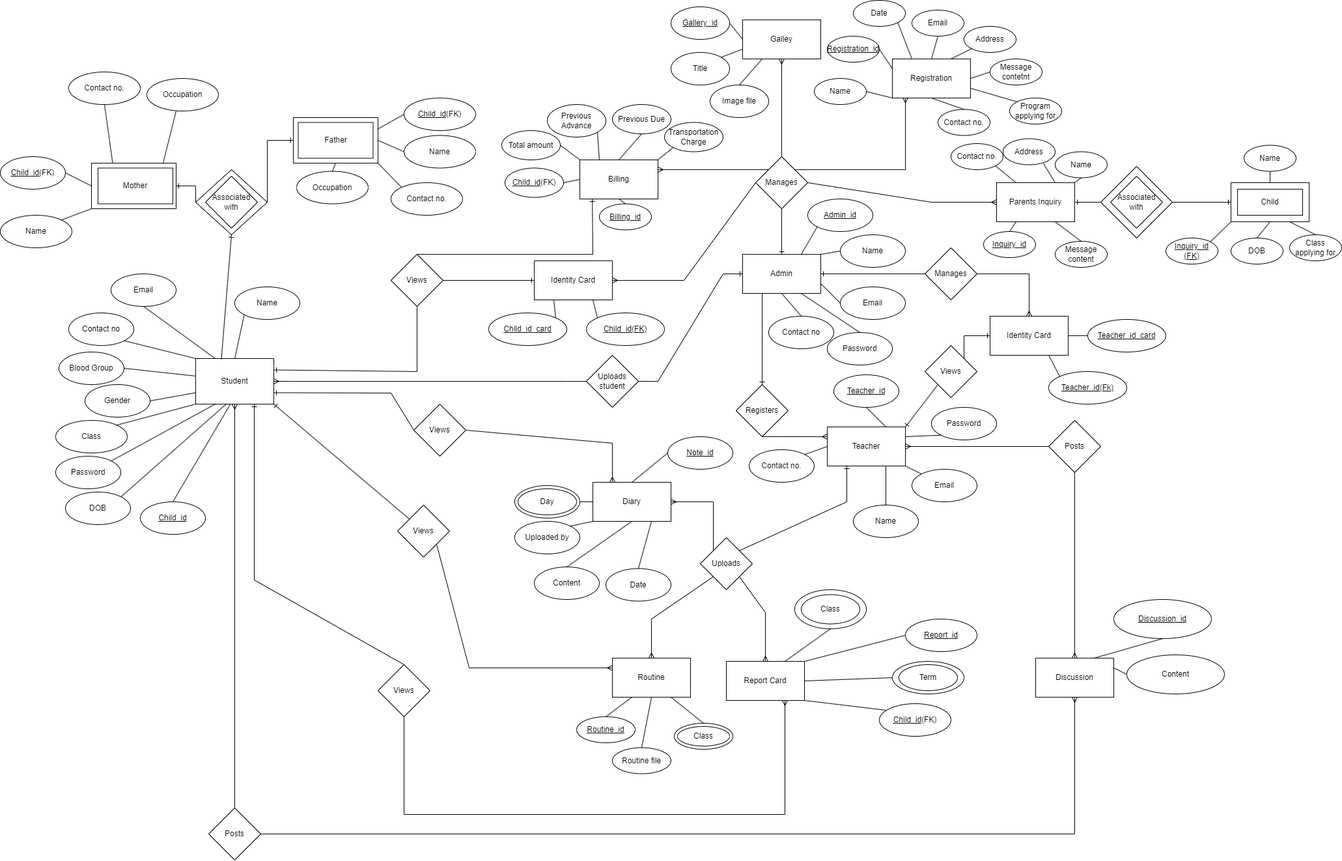
The draw.io diagram CHMD.drawio.png in dikshyarai10/CHMD-, before a commit. Source tidied: cells renumbered, new cells last; positions are measured from the earlier drawing's top-left corner, leaving out a move shared by most shapes.
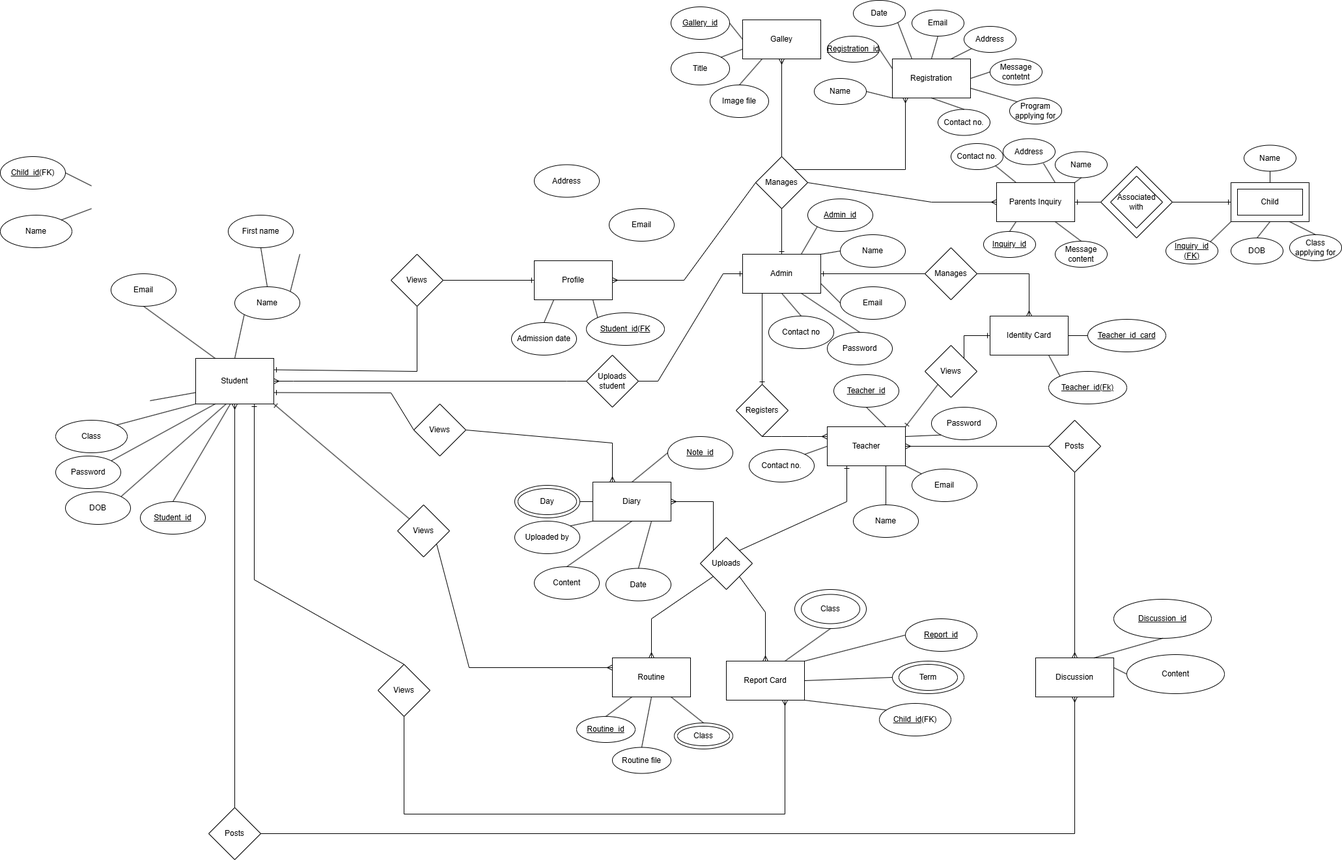
After the change.

What changed in the source:
```diff
@@ -188,23 +188,16 @@
     <mxCell id="63" value="Name" style="ellipse;whiteSpace=wrap;html=1;" parent="1" vertex="1">
       <mxGeometry x="360" y="440" width="100" height="50" as="geometry" />
     </mxCell>
-    <mxCell id="64" value="Contact no" style="ellipse;whiteSpace=wrap;html=1;" parent="1" vertex="1">
-      <mxGeometry x="105" y="480" width="100" height="50" as="geometry" />
-    </mxCell>
-    <mxCell id="65" value="Blood Group" style="ellipse;whiteSpace=wrap;html=1;" parent="1" vertex="1">
-      <mxGeometry x="90" y="540" width="100" height="50" as="geometry" />
-    </mxCell>
-    <mxCell id="66" value="&lt;u&gt;Child_id&lt;/u&gt;" style="ellipse;whiteSpace=wrap;html=1;" parent="1" vertex="1">
+    <mxCell id="66" value="&lt;u&gt;Student_id&lt;/u&gt;" style="ellipse;whiteSpace=wrap;html=1;" parent="1" vertex="1">
       <mxGeometry x="215" y="770" width="100" height="50" as="geometry" />
     </mxCell>
     <mxCell id="67" value="DOB" style="ellipse;whiteSpace=wrap;html=1;" parent="1" vertex="1">
       <mxGeometry x="100" y="755" width="100" height="50" as="geometry" />
     </mxCell>
-    <mxCell id="68" value="Gender" style="ellipse;whiteSpace=wrap;html=1;" parent="1" vertex="1">
-      <mxGeometry x="130" y="590" width="100" height="50" as="geometry" />
-    </mxCell>
-    <mxCell id="69" style="endArrow=none;html=1;rounded=0;exitX=0;exitY=0.75;exitDx=0;exitDy=0;entryX=1;entryY=0.5;entryDx=0;entryDy=0;" parent="1" edge="1" source="60" target="68">
-      <mxGeometry relative="1" as="geometry" />
+    <mxCell id="69" style="endArrow=none;html=1;rounded=0;exitX=0;exitY=0.75;exitDx=0;exitDy=0;entryX=1;entryY=0.5;entryDx=0;entryDy=0;" parent="1" edge="1" source="60">
+      <mxGeometry relative="1" as="geometry">
+        <mxPoint x="230" y="615" as="targetPoint" />
+      </mxGeometry>
     </mxCell>
     <mxCell id="70" style="endArrow=none;html=1;rounded=0;exitX=0.443;exitY=1.003;exitDx=0;exitDy=0;entryX=0.5;entryY=0;entryDx=0;entryDy=0;exitPerimeter=0;" parent="1" edge="1" source="60" target="66">
       <mxGeometry relative="1" as="geometry" />
@@ -221,86 +214,22 @@
     <mxCell id="74" style="endArrow=none;html=1;rounded=0;exitX=0.25;exitY=1;exitDx=0;exitDy=0;entryX=1;entryY=0;entryDx=0;entryDy=0;" parent="1" edge="1" source="60" target="62">
       <mxGeometry relative="1" as="geometry" />
     </mxCell>
-    <mxCell id="75" style="endArrow=none;html=1;rounded=0;exitX=0;exitY=0;exitDx=0;exitDy=0;entryX=1;entryY=1;entryDx=0;entryDy=0;" parent="1" edge="1" source="60" target="64">
-      <mxGeometry relative="1" as="geometry" />
-    </mxCell>
-    <mxCell id="76" style="endArrow=none;html=1;rounded=0;exitX=-0.008;exitY=0.383;exitDx=0;exitDy=0;entryX=1;entryY=0.5;entryDx=0;entryDy=0;exitPerimeter=0;" parent="1" edge="1" source="60" target="65">
-      <mxGeometry relative="1" as="geometry" />
-    </mxCell>
-    <mxCell id="77" style="rounded=0;whiteSpace=wrap;html=1;" parent="1" vertex="1">
-      <mxGeometry x="140" y="250" width="130" height="70" as="geometry" />
-    </mxCell>
-    <mxCell id="78" style="rounded=0;whiteSpace=wrap;html=1;" parent="1" vertex="1">
-      <mxGeometry x="450" y="180" width="130" height="70" as="geometry" />
-    </mxCell>
-    <mxCell id="79" value="Mother" style="rounded=0;whiteSpace=wrap;html=1;" parent="1" vertex="1">
-      <mxGeometry x="150" y="257.5" width="115" height="55" as="geometry" />
-    </mxCell>
-    <mxCell id="80" value="Father" style="rounded=0;whiteSpace=wrap;html=1;" parent="1" vertex="1">
-      <mxGeometry x="457.5" y="187.5" width="115" height="55" as="geometry" />
-    </mxCell>
     <mxCell id="81" value="&lt;u&gt;Child_id(&lt;/u&gt;FK)" style="ellipse;whiteSpace=wrap;html=1;" parent="1" vertex="1">
       <mxGeometry y="240" width="100" height="50" as="geometry" />
     </mxCell>
     <mxCell id="82" value="Name" style="ellipse;whiteSpace=wrap;html=1;" parent="1" vertex="1">
       <mxGeometry y="330" width="110" height="50" as="geometry" />
     </mxCell>
-    <mxCell id="83" value="Contact no." style="ellipse;whiteSpace=wrap;html=1;" parent="1" vertex="1">
-      <mxGeometry x="105" y="110" width="110" height="50" as="geometry" />
-    </mxCell>
-    <mxCell id="84" value="Occupation" style="ellipse;whiteSpace=wrap;html=1;" parent="1" vertex="1">
-      <mxGeometry x="225" y="120" width="110" height="50" as="geometry" />
-    </mxCell>
-    <mxCell id="85" value="&lt;u&gt;Child_id&lt;/u&gt;(FK)" style="ellipse;whiteSpace=wrap;html=1;" parent="1" vertex="1">
-      <mxGeometry x="620" y="150" width="110" height="50" as="geometry" />
-    </mxCell>
-    <mxCell id="86" value="Name" style="ellipse;whiteSpace=wrap;html=1;" parent="1" vertex="1">
-      <mxGeometry x="620" y="207.5" width="110" height="50" as="geometry" />
-    </mxCell>
-    <mxCell id="87" value="Occupation" style="ellipse;whiteSpace=wrap;html=1;" parent="1" vertex="1">
-      <mxGeometry x="455" y="262.5" width="110" height="50" as="geometry" />
-    </mxCell>
-    <mxCell id="88" style="endArrow=none;html=1;rounded=0;exitX=1;exitY=0.5;exitDx=0;exitDy=0;entryX=0;entryY=0.5;entryDx=0;entryDy=0;startArrow=ERone;startFill=0;" parent="1" edge="1" source="77" target="101">
-      <mxGeometry relative="1" as="geometry">
-        <Array as="points">
-          <mxPoint x="300" y="285" />
-        </Array>
-      </mxGeometry>
-    </mxCell>
-    <mxCell id="89" style="endArrow=none;html=1;rounded=0;entryX=1;entryY=0.5;entryDx=0;entryDy=0;startArrow=ERone;startFill=0;exitX=0;exitY=0.5;exitDx=0;exitDy=0;" parent="1" edge="1" source="78" target="101">
-      <mxGeometry relative="1" as="geometry">
-        <Array as="points">
-          <mxPoint x="410" y="215" />
-        </Array>
-      </mxGeometry>
-    </mxCell>
-    <mxCell id="90" style="endArrow=none;html=1;rounded=0;exitX=1;exitY=0.5;exitDx=0;exitDy=0;entryX=0;entryY=0.5;entryDx=0;entryDy=0;" parent="1" edge="1" source="81" target="77">
-      <mxGeometry relative="1" as="geometry" />
+    <mxCell id="90" style="endArrow=none;html=1;rounded=0;exitX=1;exitY=0.5;exitDx=0;exitDy=0;entryX=0;entryY=0.5;entryDx=0;entryDy=0;" parent="1" edge="1" source="81">
+      <mxGeometry relative="1" as="geometry">
+        <mxPoint x="140" y="285" as="targetPoint" />
+      </mxGeometry>
     </mxCell>
-    <mxCell id="91" style="endArrow=none;html=1;rounded=0;entryX=0;entryY=1;entryDx=0;entryDy=0;exitX=1;exitY=0;exitDx=0;exitDy=0;" parent="1" edge="1" source="82" target="77">
-      <mxGeometry relative="1" as="geometry" />
+    <mxCell id="91" style="endArrow=none;html=1;rounded=0;entryX=0;entryY=1;entryDx=0;entryDy=0;exitX=1;exitY=0;exitDx=0;exitDy=0;" parent="1" edge="1" source="82">
+      <mxGeometry relative="1" as="geometry">
+        <mxPoint x="140" y="320" as="targetPoint" />
+      </mxGeometry>
     </mxCell>
-    <mxCell id="92" style="endArrow=none;html=1;rounded=0;entryX=0.5;entryY=1;entryDx=0;entryDy=0;exitX=0.25;exitY=0;exitDx=0;exitDy=0;" parent="1" edge="1" source="77" target="83">
-      <mxGeometry relative="1" as="geometry" />
-    </mxCell>
-    <mxCell id="93" style="endArrow=none;html=1;rounded=0;" parent="1" edge="1">
-      <mxGeometry relative="1" as="geometry">
-        <mxPoint x="270" y="170" as="sourcePoint" />
-        <mxPoint x="250" y="250" as="targetPoint" />
-      </mxGeometry>
-    </mxCell>
-    <mxCell id="94" style="endArrow=none;html=1;rounded=0;entryX=0;entryY=0.5;entryDx=0;entryDy=0;exitX=1;exitY=0.25;exitDx=0;exitDy=0;" parent="1" edge="1" source="78" target="85">
-      <mxGeometry relative="1" as="geometry" />
-    </mxCell>
-    <mxCell id="95" style="endArrow=none;html=1;rounded=0;entryX=0;entryY=0.5;entryDx=0;entryDy=0;exitX=1;exitY=0.5;exitDx=0;exitDy=0;" parent="1" edge="1" source="78" target="86">
-      <mxGeometry relative="1" as="geometry" />
-    </mxCell>
-    <mxCell id="96" style="endArrow=none;html=1;rounded=0;entryX=0;entryY=0;entryDx=0;entryDy=0;exitX=1;exitY=1;exitDx=0;exitDy=0;" parent="1" edge="1" source="78" target="161">
-      <mxGeometry relative="1" as="geometry" />
-    </mxCell>
-    <mxCell id="97" style="endArrow=none;html=1;rounded=0;entryX=0.5;entryY=0;entryDx=0;entryDy=0;exitX=0.5;exitY=1;exitDx=0;exitDy=0;" parent="1" edge="1" source="78" target="87">
-      <mxGeometry relative="1" as="geometry" />
-    </mxCell>
     <mxCell id="98" value="Uploads student" style="rhombus;whiteSpace=wrap;html=1;" parent="1" vertex="1">
       <mxGeometry x="900" y="545" width="80" height="80" as="geometry" />
     </mxCell>
@@ -310,14 +239,6 @@
     <mxCell id="100" value="Contact no." style="ellipse;whiteSpace=wrap;html=1;" parent="1" vertex="1">
       <mxGeometry x="1150" y="690" width="100" height="50" as="geometry" />
     </mxCell>
-    <mxCell id="101" style="rhombus;whiteSpace=wrap;html=1;" parent="1" vertex="1">
-      <mxGeometry x="300" y="260" width="110" height="100" as="geometry" />
-    </mxCell>
-    <mxCell id="102" style="endArrow=none;html=1;rounded=0;entryX=0.329;entryY=0.012;entryDx=0;entryDy=0;entryPerimeter=0;startArrow=ERone;startFill=0;" parent="1" edge="1" target="60">
-      <mxGeometry relative="1" as="geometry">
-        <mxPoint x="355" y="360" as="sourcePoint" />
-      </mxGeometry>
-    </mxCell>
     <mxCell id="103" value="Child" style="rounded=0;whiteSpace=wrap;html=1;" parent="1" vertex="1">
       <mxGeometry x="1900" y="290" width="100" height="40" as="geometry" />
     </mxCell>
@@ -522,12 +443,6 @@
         </Array>
       </mxGeometry>
     </mxCell>
-    <mxCell id="160" value="Associated with" style="rhombus;whiteSpace=wrap;html=1;" parent="1" vertex="1">
-      <mxGeometry x="315" y="270" width="80" height="80" as="geometry" />
-    </mxCell>
-    <mxCell id="161" value="Contact no." style="ellipse;whiteSpace=wrap;html=1;" parent="1" vertex="1">
-      <mxGeometry x="600" y="280" width="110" height="50" as="geometry" />
-    </mxCell>
     <mxCell id="162" value="Discussion" style="rounded=0;whiteSpace=wrap;html=1;" parent="1" vertex="1">
       <mxGeometry x="1590" y="1010" width="120" height="60" as="geometry" />
     </mxCell>
@@ -565,16 +480,13 @@
         </Array>
       </mxGeometry>
     </mxCell>
-    <mxCell id="173" value="Identity Card" style="rounded=0;whiteSpace=wrap;html=1;" parent="1" vertex="1">
+    <mxCell id="173" value="Profile" style="rounded=0;whiteSpace=wrap;html=1;" parent="1" vertex="1">
       <mxGeometry x="820" y="400" width="120" height="60" as="geometry" />
     </mxCell>
-    <mxCell id="174" value="&lt;u&gt;Child_id_card&lt;/u&gt;" style="ellipse;whiteSpace=wrap;html=1;" parent="1" vertex="1">
-      <mxGeometry x="750" y="480" width="120" height="50" as="geometry" />
-    </mxCell>
-    <mxCell id="175" value="Child_id(FK)" style="ellipse;whiteSpace=wrap;html=1;fontStyle=4;" parent="1" vertex="1">
+    <mxCell id="175" value="Student_id(FK" style="ellipse;whiteSpace=wrap;html=1;fontStyle=4;" parent="1" vertex="1">
       <mxGeometry x="900" y="480" width="120" height="50" as="geometry" />
     </mxCell>
-    <mxCell id="176" style="endArrow=none;html=1;rounded=0;entryX=0.25;entryY=1;entryDx=0;entryDy=0;exitX=1;exitY=0;exitDx=0;exitDy=0;" parent="1" edge="1" source="174" target="173">
+    <mxCell id="176" style="endArrow=none;html=1;rounded=0;entryX=0.25;entryY=1;entryDx=0;entryDy=0;exitX=0.5;exitY=0;exitDx=0;exitDy=0;" parent="1" edge="1" source="219" target="173">
       <mxGeometry relative="1" as="geometry" />
     </mxCell>
     <mxCell id="177" style="endArrow=none;html=1;rounded=0;entryX=0.75;entryY=1;entryDx=0;entryDy=0;exitX=0;exitY=0;exitDx=0;exitDy=0;" parent="1" edge="1" source="175" target="173">
@@ -600,55 +512,6 @@
         </Array>
       </mxGeometry>
     </mxCell>
-    <mxCell id="182" value="Billing" style="rounded=0;whiteSpace=wrap;html=1;" parent="1" vertex="1">
-      <mxGeometry x="890" y="245" width="120" height="60" as="geometry" />
-    </mxCell>
-    <mxCell id="183" value="Previous Advance" style="ellipse;whiteSpace=wrap;html=1;" parent="1" vertex="1">
-      <mxGeometry x="840" y="160" width="90" height="50" as="geometry" />
-    </mxCell>
-    <mxCell id="184" value="Previous Due" style="ellipse;whiteSpace=wrap;html=1;" parent="1" vertex="1">
-      <mxGeometry x="940" y="160" width="90" height="45" as="geometry" />
-    </mxCell>
-    <mxCell id="185" value="&lt;u&gt;Child_id&lt;/u&gt;(FK)" style="ellipse;whiteSpace=wrap;html=1;" parent="1" vertex="1">
-      <mxGeometry x="775" y="257.5" width="90" height="45" as="geometry" />
-    </mxCell>
-    <mxCell id="186" value="Transportation Charge" style="ellipse;whiteSpace=wrap;html=1;" parent="1" vertex="1">
-      <mxGeometry x="1020" y="187.5" width="90" height="45" as="geometry" />
-    </mxCell>
-    <mxCell id="187" value="Total amount" style="ellipse;whiteSpace=wrap;html=1;" parent="1" vertex="1">
-      <mxGeometry x="770" y="200" width="90" height="45" as="geometry" />
-    </mxCell>
-    <mxCell id="188" style="endArrow=none;html=1;rounded=0;entryX=1;entryY=0.5;entryDx=0;entryDy=0;exitX=0;exitY=0.5;exitDx=0;exitDy=0;" parent="1" edge="1" source="182" target="185">
-      <mxGeometry relative="1" as="geometry" />
-    </mxCell>
-    <mxCell id="189" style="endArrow=none;html=1;rounded=0;exitX=1;exitY=0.5;exitDx=0;exitDy=0;entryX=0;entryY=0;entryDx=0;entryDy=0;" parent="1" edge="1" source="187" target="182">
-      <mxGeometry relative="1" as="geometry" />
-    </mxCell>
-    <mxCell id="190" style="endArrow=none;html=1;rounded=0;entryX=1;entryY=1;entryDx=0;entryDy=0;exitX=0.25;exitY=0;exitDx=0;exitDy=0;" parent="1" edge="1" source="182" target="183">
-      <mxGeometry relative="1" as="geometry" />
-    </mxCell>
-    <mxCell id="191" style="endArrow=none;html=1;rounded=0;entryX=0.5;entryY=1;entryDx=0;entryDy=0;exitX=0.5;exitY=0;exitDx=0;exitDy=0;" parent="1" edge="1" source="182" target="184">
-      <mxGeometry relative="1" as="geometry" />
-    </mxCell>
-    <mxCell id="192" style="endArrow=none;html=1;rounded=0;entryX=0;entryY=1;entryDx=0;entryDy=0;exitX=1;exitY=0;exitDx=0;exitDy=0;" parent="1" edge="1" source="182" target="186">
-      <mxGeometry relative="1" as="geometry" />
-    </mxCell>
-    <mxCell id="193" value="&lt;u&gt;Billing_id&lt;/u&gt;" style="ellipse;whiteSpace=wrap;html=1;" parent="1" vertex="1">
-      <mxGeometry x="920" y="312.5" width="80" height="40" as="geometry" />
-    </mxCell>
-    <mxCell id="194" style="endArrow=none;html=1;rounded=0;entryX=0.5;entryY=1;entryDx=0;entryDy=0;exitX=0.5;exitY=0;exitDx=0;exitDy=0;" parent="1" edge="1" source="193" target="182">
-      <mxGeometry relative="1" as="geometry" />
-    </mxCell>
-    <mxCell id="195" style="endArrow=ERmany;html=1;rounded=0;exitX=0;exitY=0;exitDx=0;exitDy=0;entryX=1;entryY=0.25;entryDx=0;entryDy=0;endFill=0;" parent="1" edge="1" source="52" target="182">
-      <mxGeometry relative="1" as="geometry" />
-    </mxCell>
-    <mxCell id="196" style="endArrow=ERone;html=1;rounded=0;exitX=0.5;exitY=0;exitDx=0;exitDy=0;endFill=0;entryX=0.16;entryY=0.998;entryDx=0;entryDy=0;entryPerimeter=0;" parent="1" edge="1" source="178" target="182">
-      <mxGeometry relative="1" as="geometry">
-        <Array as="points">
-          <mxPoint x="910" y="390" />
-        </Array>
-      </mxGeometry>
-    </mxCell>
     <mxCell id="197" style="edgeStyle=entityRelationEdgeStyle;fontSize=12;html=1;endArrow=ERone;endFill=1;rounded=0;entryX=0;entryY=0.5;entryDx=0;entryDy=0;exitX=1;exitY=0.5;exitDx=0;exitDy=0;" parent="1" edge="1" source="98" target="46">
       <mxGeometry relative="1" as="geometry" />
     </mxCell>
@@ -739,5 +602,27 @@
     <mxCell id="218" style="endArrow=none;html=1;rounded=0;entryX=0;entryY=0;entryDx=0;entryDy=0;exitX=0.75;exitY=1;exitDx=0;exitDy=0;" parent="1" edge="1" source="208" target="210">
       <mxGeometry relative="1" as="geometry" />
     </mxCell>
+    <mxCell id="219" value="Admission date" style="ellipse;whiteSpace=wrap;html=1;" parent="1" vertex="1">
+      <mxGeometry x="785" y="495" width="100" height="50" as="geometry" />
+    </mxCell>
+    <mxCell id="220" value="Email" style="ellipse;whiteSpace=wrap;html=1;" parent="1" vertex="1">
+      <mxGeometry x="935" y="320" width="100" height="50" as="geometry" />
+    </mxCell>
+    <mxCell id="221" value="Address" style="ellipse;whiteSpace=wrap;html=1;" parent="1" vertex="1">
+      <mxGeometry x="820" y="252.5" width="100" height="50" as="geometry" />
+    </mxCell>
+    <mxCell id="222" style="endArrow=none;html=1;rounded=0;entryX=0.5;entryY=0;entryDx=0;entryDy=0;" parent="1" edge="1" target="63">
+      <mxGeometry relative="1" as="geometry">
+        <mxPoint x="400" y="380" as="sourcePoint" />
+      </mxGeometry>
+    </mxCell>
+    <mxCell id="223" style="endArrow=none;html=1;rounded=0;entryX=1;entryY=0;entryDx=0;entryDy=0;" parent="1" edge="1" target="63">
+      <mxGeometry relative="1" as="geometry">
+        <mxPoint x="460" y="390" as="sourcePoint" />
+      </mxGeometry>
+    </mxCell>
+    <mxCell id="224" value="First name" style="ellipse;whiteSpace=wrap;html=1;" parent="1" vertex="1">
+      <mxGeometry x="350" y="330" width="100" height="50" as="geometry" />
+    </mxCell>
   </root>
 </mxGraphModel>
```
